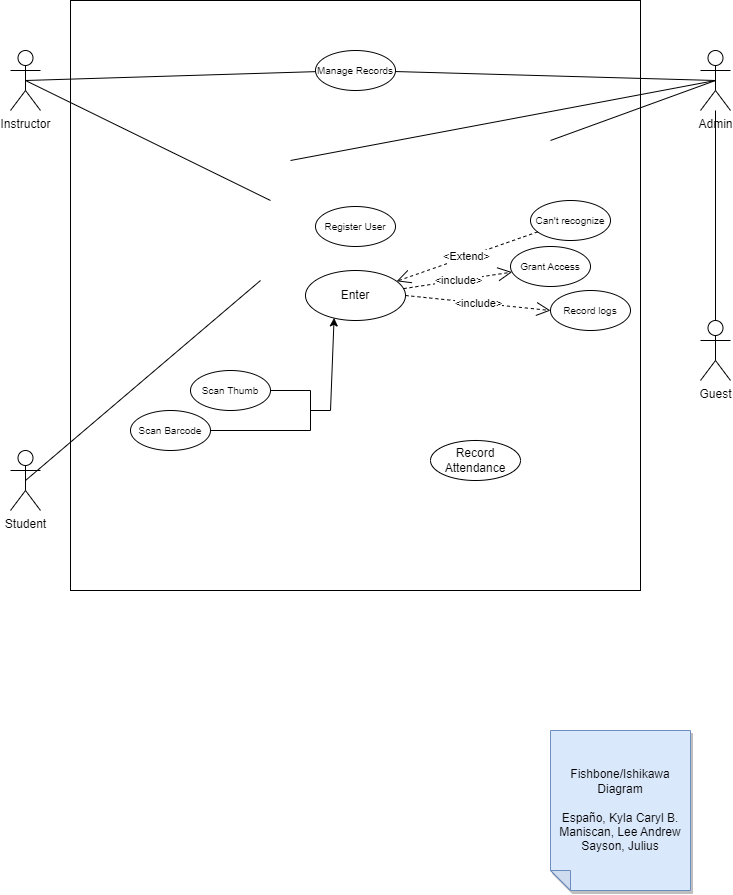
Above: UseCaseDiagram.drawio.png in kaisunoo/Acads (draw.io), before the change. Source tidied: cells renumbered, new cells last; positions are measured from the earlier drawing's top-left corner, leaving out a move shared by most shapes.
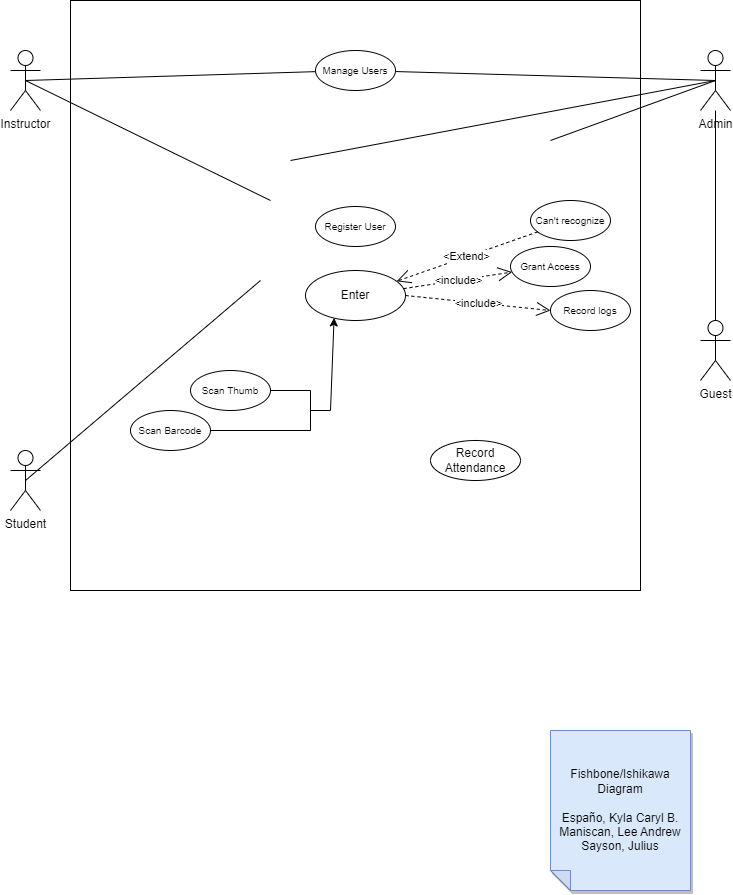
After the commit.

What changed in the source:
```diff
@@ -82,7 +82,7 @@
     <mxCell id="21" value="&amp;lt;Extend&amp;gt;" style="endArrow=open;endSize=12;dashed=1;html=1;rounded=0;" parent="1" edge="1" source="20" target="7">
       <mxGeometry relative="1" as="geometry" />
     </mxCell>
-    <mxCell id="22" value="&lt;font style=&quot;font-size: 10px;&quot;&gt;Manage Records&lt;/font&gt;" style="ellipse;whiteSpace=wrap;html=1;" parent="1" vertex="1">
+    <mxCell id="22" value="&lt;font style=&quot;font-size: 10px;&quot;&gt;Manage Users&lt;/font&gt;" style="ellipse;whiteSpace=wrap;html=1;" parent="1" vertex="1">
       <mxGeometry x="305" y="50" width="80" height="40" as="geometry" />
     </mxCell>
     <mxCell id="23" style="endArrow=none;html=1;rounded=0;exitX=0.5;exitY=0.5;exitDx=0;exitDy=0;exitPerimeter=0;" parent="1" edge="1" source="5" target="22">
```
